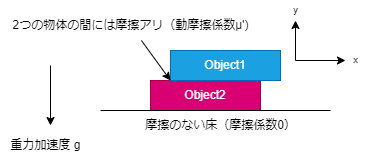
The draw.io diagram images/simulator-processing-python/physics-models.drawio.png in hattori-sat/zenn-docs, before a commit. Source tidied: cells renumbered, new cells last; positions are measured from the earlier drawing's top-left corner, leaving out a move shared by most shapes. Source of this version:
```xml
<mxGraphModel>
  <root>
    <mxCell id="0" />
    <mxCell id="1" parent="0" />
    <mxCell id="2" value="Object2" style="whiteSpace=wrap;html=1;fillColor=#d80073;fontColor=#ffffff;strokeColor=#A50040;" parent="1" vertex="1">
      <mxGeometry x="150" y="80" width="110" height="30" as="geometry" />
    </mxCell>
    <mxCell id="3" value="Object1" style="whiteSpace=wrap;html=1;fillColor=#1ba1e2;fontColor=#ffffff;strokeColor=#006EAF;" parent="1" vertex="1">
      <mxGeometry x="170" y="50" width="110" height="30" as="geometry" />
    </mxCell>
    <mxCell id="4" style="endArrow=none;html=1;" parent="1" edge="1">
      <mxGeometry relative="1" as="geometry">
        <mxPoint x="100" y="110" as="sourcePoint" />
        <mxPoint x="330" y="110" as="targetPoint" />
      </mxGeometry>
    </mxCell>
    <mxCell id="5" value="摩擦のない床（摩擦係数0）" style="text;html=1;align=center;verticalAlign=middle;strokeColor=none;fillColor=none;" parent="1" vertex="1">
      <mxGeometry x="135" y="110" width="170" height="30" as="geometry" />
    </mxCell>
    <mxCell id="6" value="&lt;font style=&quot;font-size: 12px;&quot;&gt;2つの物体の間には摩擦アリ（動摩擦係数μ')&lt;/font&gt;" style="text;html=1;align=center;verticalAlign=middle;points=[];strokeColor=none;fillColor=none;" parent="1" vertex="1">
      <mxGeometry y="10" width="260" height="30" as="geometry" />
    </mxCell>
    <mxCell id="7" style="edgeStyle=none;jettySize=auto;html=1;fontSize=9;entryX=0;entryY=1;entryDx=0;entryDy=0;strokeWidth=1;" parent="1" edge="1" source="6" target="3">
      <mxGeometry relative="1" as="geometry" />
    </mxCell>
    <mxCell id="8" style="edgeStyle=none;orthogonalLoop=1;jettySize=auto;html=1;strokeWidth=1;fontSize=9;" parent="1" edge="1">
      <mxGeometry relative="1" as="geometry">
        <mxPoint x="295" y="60" as="sourcePoint" />
        <mxPoint x="345" y="60" as="targetPoint" />
      </mxGeometry>
    </mxCell>
    <mxCell id="9" style="edgeStyle=none;orthogonalLoop=1;jettySize=auto;html=1;strokeWidth=1;fontSize=9;" parent="1" edge="1">
      <mxGeometry relative="1" as="geometry">
        <mxPoint x="295" y="60" as="sourcePoint" />
        <mxPoint x="295" y="20" as="targetPoint" />
      </mxGeometry>
    </mxCell>
    <mxCell id="10" value="y" style="text;html=1;align=center;verticalAlign=middle;strokeColor=none;fillColor=none;fontSize=9;" parent="1" vertex="1">
      <mxGeometry x="280" width="30" height="20" as="geometry" />
    </mxCell>
    <mxCell id="11" value="x" style="text;html=1;align=center;verticalAlign=middle;strokeColor=none;fillColor=none;fontSize=9;" parent="1" vertex="1">
      <mxGeometry x="340" y="50" width="30" height="20" as="geometry" />
    </mxCell>
    <mxCell id="12" style="edgeStyle=none;orthogonalLoop=1;jettySize=auto;html=1;fontSize=12;" parent="1" edge="1">
      <mxGeometry relative="1" as="geometry">
        <mxPoint x="50" y="65" as="sourcePoint" />
        <mxPoint x="50" y="125" as="targetPoint" />
      </mxGeometry>
    </mxCell>
    <mxCell id="13" value="重力加速度 g" style="text;html=1;align=center;verticalAlign=middle;strokeColor=none;fillColor=none;fontSize=12;" parent="1" vertex="1">
      <mxGeometry y="130" width="90" height="30" as="geometry" />
    </mxCell>
  </root>
</mxGraphModel>
```
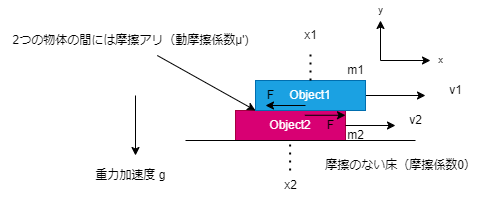
Above is the later version.

The edit, as a diff of the source:
```diff
@@ -5,6 +5,11 @@
     <mxCell id="2" value="Object2" style="whiteSpace=wrap;html=1;fillColor=#d80073;fontColor=#ffffff;strokeColor=#A50040;" parent="1" vertex="1">
       <mxGeometry x="150" y="80" width="110" height="30" as="geometry" />
     </mxCell>
+    <mxCell id="14" style="edgeStyle=none;html=1;fontSize=12;" parent="1" edge="1" source="3">
+      <mxGeometry relative="1" as="geometry">
+        <mxPoint x="340" y="65" as="targetPoint" />
+      </mxGeometry>
+    </mxCell>
     <mxCell id="3" value="Object1" style="whiteSpace=wrap;html=1;fillColor=#1ba1e2;fontColor=#ffffff;strokeColor=#006EAF;" parent="1" vertex="1">
       <mxGeometry x="170" y="50" width="110" height="30" as="geometry" />
     </mxCell>
@@ -15,31 +20,31 @@
       </mxGeometry>
     </mxCell>
     <mxCell id="5" value="摩擦のない床（摩擦係数0）" style="text;html=1;align=center;verticalAlign=middle;strokeColor=none;fillColor=none;" parent="1" vertex="1">
-      <mxGeometry x="135" y="110" width="170" height="30" as="geometry" />
+      <mxGeometry x="230" y="120" width="170" height="30" as="geometry" />
     </mxCell>
     <mxCell id="6" value="&lt;font style=&quot;font-size: 12px;&quot;&gt;2つの物体の間には摩擦アリ（動摩擦係数μ')&lt;/font&gt;" style="text;html=1;align=center;verticalAlign=middle;points=[];strokeColor=none;fillColor=none;" parent="1" vertex="1">
-      <mxGeometry y="10" width="260" height="30" as="geometry" />
+      <mxGeometry x="-85" y="-5" width="260" height="30" as="geometry" />
     </mxCell>
     <mxCell id="7" style="edgeStyle=none;jettySize=auto;html=1;fontSize=9;entryX=0;entryY=1;entryDx=0;entryDy=0;strokeWidth=1;" parent="1" edge="1" source="6" target="3">
       <mxGeometry relative="1" as="geometry" />
     </mxCell>
     <mxCell id="8" style="edgeStyle=none;orthogonalLoop=1;jettySize=auto;html=1;strokeWidth=1;fontSize=9;" parent="1" edge="1">
       <mxGeometry relative="1" as="geometry">
-        <mxPoint x="295" y="60" as="sourcePoint" />
-        <mxPoint x="345" y="60" as="targetPoint" />
+        <mxPoint x="295" y="30" as="sourcePoint" />
+        <mxPoint x="345" y="30" as="targetPoint" />
       </mxGeometry>
     </mxCell>
     <mxCell id="9" style="edgeStyle=none;orthogonalLoop=1;jettySize=auto;html=1;strokeWidth=1;fontSize=9;" parent="1" edge="1">
       <mxGeometry relative="1" as="geometry">
-        <mxPoint x="295" y="60" as="sourcePoint" />
-        <mxPoint x="295" y="20" as="targetPoint" />
+        <mxPoint x="295" y="30" as="sourcePoint" />
+        <mxPoint x="295" y="-10" as="targetPoint" />
       </mxGeometry>
     </mxCell>
     <mxCell id="10" value="y" style="text;html=1;align=center;verticalAlign=middle;strokeColor=none;fillColor=none;fontSize=9;" parent="1" vertex="1">
-      <mxGeometry x="280" width="30" height="20" as="geometry" />
+      <mxGeometry x="280" y="-30" width="30" height="20" as="geometry" />
     </mxCell>
     <mxCell id="11" value="x" style="text;html=1;align=center;verticalAlign=middle;strokeColor=none;fillColor=none;fontSize=9;" parent="1" vertex="1">
-      <mxGeometry x="340" y="50" width="30" height="20" as="geometry" />
+      <mxGeometry x="340" y="20" width="30" height="20" as="geometry" />
     </mxCell>
     <mxCell id="12" style="edgeStyle=none;orthogonalLoop=1;jettySize=auto;html=1;fontSize=12;" parent="1" edge="1">
       <mxGeometry relative="1" as="geometry">
@@ -50,5 +55,57 @@
     <mxCell id="13" value="重力加速度 g" style="text;html=1;align=center;verticalAlign=middle;strokeColor=none;fillColor=none;fontSize=12;" parent="1" vertex="1">
       <mxGeometry y="130" width="90" height="30" as="geometry" />
     </mxCell>
+    <mxCell id="15" value="v1" style="text;html=1;align=center;verticalAlign=middle;strokeColor=none;fillColor=none;fontSize=12;" parent="1" vertex="1">
+      <mxGeometry x="350" y="45" width="40" height="30" as="geometry" />
+    </mxCell>
+    <mxCell id="16" value="v2" style="text;html=1;align=center;verticalAlign=middle;strokeColor=none;fillColor=none;fontSize=12;" parent="1" vertex="1">
+      <mxGeometry x="310" y="75" width="40" height="30" as="geometry" />
+    </mxCell>
+    <mxCell id="17" value="m1" style="text;html=1;align=center;verticalAlign=middle;strokeColor=none;fillColor=none;fontSize=12;" parent="1" vertex="1">
+      <mxGeometry x="250" y="25" width="40" height="30" as="geometry" />
+    </mxCell>
+    <mxCell id="18" value="m2" style="text;html=1;align=center;verticalAlign=middle;strokeColor=none;fillColor=none;fontSize=12;" parent="1" vertex="1">
+      <mxGeometry x="250" y="90" width="40" height="30" as="geometry" />
+    </mxCell>
+    <mxCell id="19" style="edgeStyle=none;orthogonalLoop=1;jettySize=auto;html=1;fontSize=12;" parent="1" edge="1">
+      <mxGeometry relative="1" as="geometry">
+        <mxPoint x="220" y="75" as="sourcePoint" />
+        <mxPoint x="180" y="75" as="targetPoint" />
+      </mxGeometry>
+    </mxCell>
+    <mxCell id="20" style="edgeStyle=none;orthogonalLoop=1;jettySize=auto;html=1;fontSize=12;" parent="1" edge="1">
+      <mxGeometry relative="1" as="geometry">
+        <mxPoint x="219.4" y="84.8" as="sourcePoint" />
+        <mxPoint x="260" y="84.8" as="targetPoint" />
+      </mxGeometry>
+    </mxCell>
+    <mxCell id="21" value="F" style="text;html=1;align=center;verticalAlign=middle;strokeColor=none;fillColor=none;fontSize=12;" parent="1" vertex="1">
+      <mxGeometry x="170" y="50" width="30" height="30" as="geometry" />
+    </mxCell>
+    <mxCell id="22" style="edgeStyle=none;html=1;fontSize=12;" parent="1" edge="1" source="23">
+      <mxGeometry relative="1" as="geometry">
+        <mxPoint x="310" y="95" as="targetPoint" />
+      </mxGeometry>
+    </mxCell>
+    <mxCell id="23" value="F" style="text;html=1;align=center;verticalAlign=middle;points=[];strokeColor=none;fillColor=none;fontSize=12;" parent="1" vertex="1">
+      <mxGeometry x="230" y="80" width="30" height="30" as="geometry" />
+    </mxCell>
+    <mxCell id="24" style="endArrow=none;dashed=1;html=1;dashPattern=1 3;strokeWidth=2;fontSize=12;" parent="1" edge="1" source="3">
+      <mxGeometry relative="1" as="geometry">
+        <mxPoint x="225" y="20" as="targetPoint" />
+      </mxGeometry>
+    </mxCell>
+    <mxCell id="25" value="x1" style="text;html=1;align=center;verticalAlign=middle;strokeColor=none;fillColor=none;fontSize=12;" parent="1" vertex="1">
+      <mxGeometry x="205" y="-10" width="40" height="30" as="geometry" />
+    </mxCell>
+    <mxCell id="26" style="endArrow=none;dashed=1;html=1;dashPattern=1 3;strokeWidth=2;fontSize=12;" parent="1" edge="1">
+      <mxGeometry relative="1" as="geometry">
+        <mxPoint x="204.6" y="140" as="sourcePoint" />
+        <mxPoint x="204.6" y="110" as="targetPoint" />
+      </mxGeometry>
+    </mxCell>
+    <mxCell id="27" value="x2" style="text;html=1;align=center;verticalAlign=middle;strokeColor=none;fillColor=none;fontSize=12;" parent="1" vertex="1">
+      <mxGeometry x="185" y="140" width="40" height="30" as="geometry" />
+    </mxCell>
   </root>
 </mxGraphModel>
```
